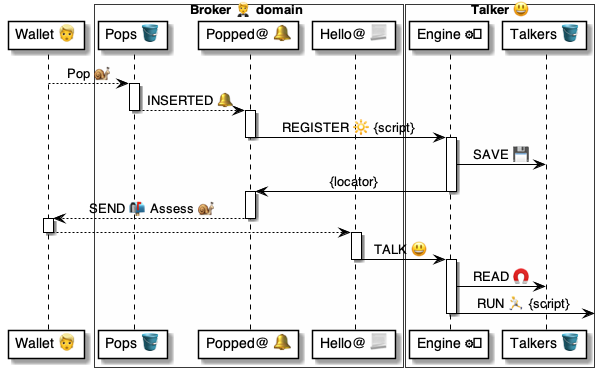
Earlier version of the PlantUML export 4 ⚙️ Solution/20 🧑‍🦰 UI/Brokers 🤵/🤵🪣 Broker tables/Pops 🍿 table/🪣🔔 11 Inserted/🤵 OnPopped ⚙️ uml.png (pollyweb-org/pollyweb-docs). Its source is kept beside it as 4 ⚙️ Solution/20 🧑‍🦰 UI/Brokers 🤵/🤵🪣 Broker tables/Pops 🍿 table/🪣🔔 11 Inserted/🤵 OnPopped ⚙️ uml.puml. Its diagram source:
```plantuml
@startuml Pop@Broker

participant "Wallet 👱" as wallet

box Broker 🤵 domain #FFFFFA
    participant "Pops 🪣" as pops
    participant "Popped@ 🔔" as popped
    participant "Hello@ 📃" as introduced
end box

box "Talker 😃" #FFFFFA
    participant "Engine ⚙️" as engine
    participant "Talkers 🪣" as talkers
end box


    wallet --> pops: Pop 🐌


activate pops
    pops --> popped: INSERTED 🔔
deactivate pops

activate popped
    popped -> engine: REGISTER 🔆 {script}
deactivate popped

activate engine
    engine -> talkers: SAVE 💾
    engine -> popped: {locator}
deactivate engine

activate popped
    popped --> wallet: SEND 📬 Assess 🐌
deactivate popped




activate wallet
    wallet --> introduced:
deactivate wallet

activate introduced
    introduced -> engine: TALK 😃
deactivate introduced


activate engine
    engine -> talkers: READ 🧲
    engine -> : RUN 🏃 {script}
deactivate engine

@enduml
```
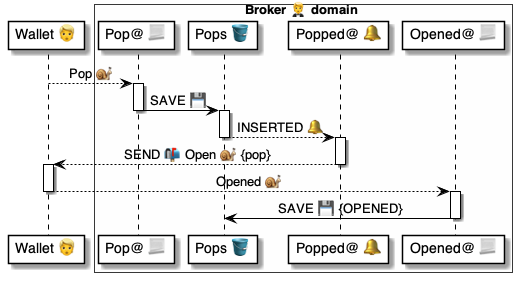
After the change.

What changed in the source:
```diff
@@ -3,52 +3,33 @@
 participant "Wallet 👱" as wallet
 
 box Broker 🤵 domain #FFFFFA
+    participant "Pop@ 📃" as pop
     participant "Pops 🪣" as pops
     participant "Popped@ 🔔" as popped
-    participant "Hello@ 📃" as introduced
-end box
-
-box "Talker 😃" #FFFFFA
-    participant "Engine ⚙️" as engine
-    participant "Talkers 🪣" as talkers
+    participant "Opened@ 📃" as opened
 end box
 
 
-    wallet --> pops: Pop 🐌
+wallet --> pop: Pop 🐌
 
+activate pop
+    pop -> pops: SAVE 💾
+deactivate pop
 
 activate pops
     pops --> popped: INSERTED 🔔
 deactivate pops
 
 activate popped
-    popped -> engine: REGISTER 🔆 {script}
+    popped --> wallet: SEND 📬 Open 🐌 {pop}
 deactivate popped
 
-activate engine
-    engine -> talkers: SAVE 💾
-    engine -> popped: {locator}
-deactivate engine
-
-activate popped
-    popped --> wallet: SEND 📬 Assess 🐌
-deactivate popped
-
-
-
-
 activate wallet
-    wallet --> introduced:
+    wallet --> opened: Opened 🐌
 deactivate wallet
 
-activate introduced
-    introduced -> engine: TALK 😃
-deactivate introduced
-
-
-activate engine
-    engine -> talkers: READ 🧲
-    engine -> : RUN 🏃 {script}
-deactivate engine
+activate opened
+    opened -> pops: SAVE 💾 {OPENED}
+deactivate opened
 
 @enduml
```
